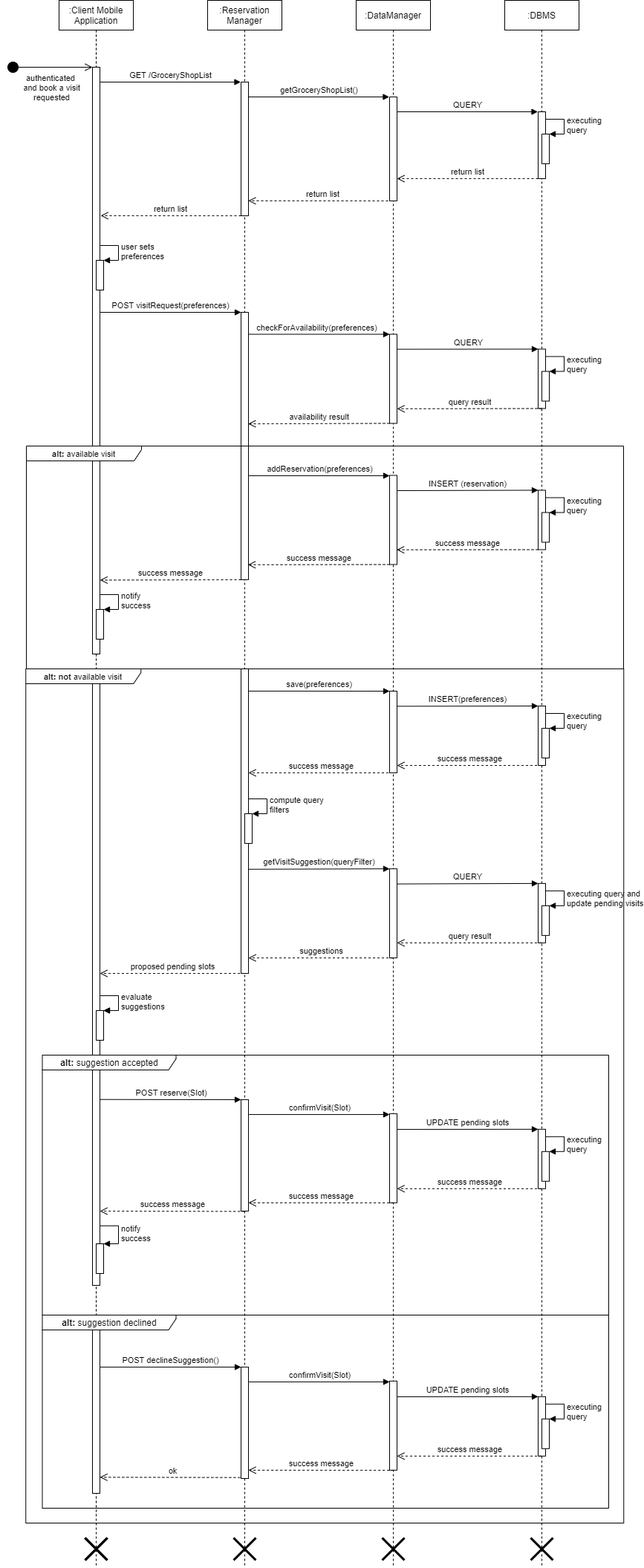
This is DD/Runtime view diagram/book visit mobile app.png from CosimoSguanci/SguanciSpataforaVergani-RASD-DD-ingsw2, a draw.io export, as it was before one commit. Source tidied: cells renumbered, new cells last; positions are measured from the earlier drawing's top-left corner, leaving out a move shared by most shapes.
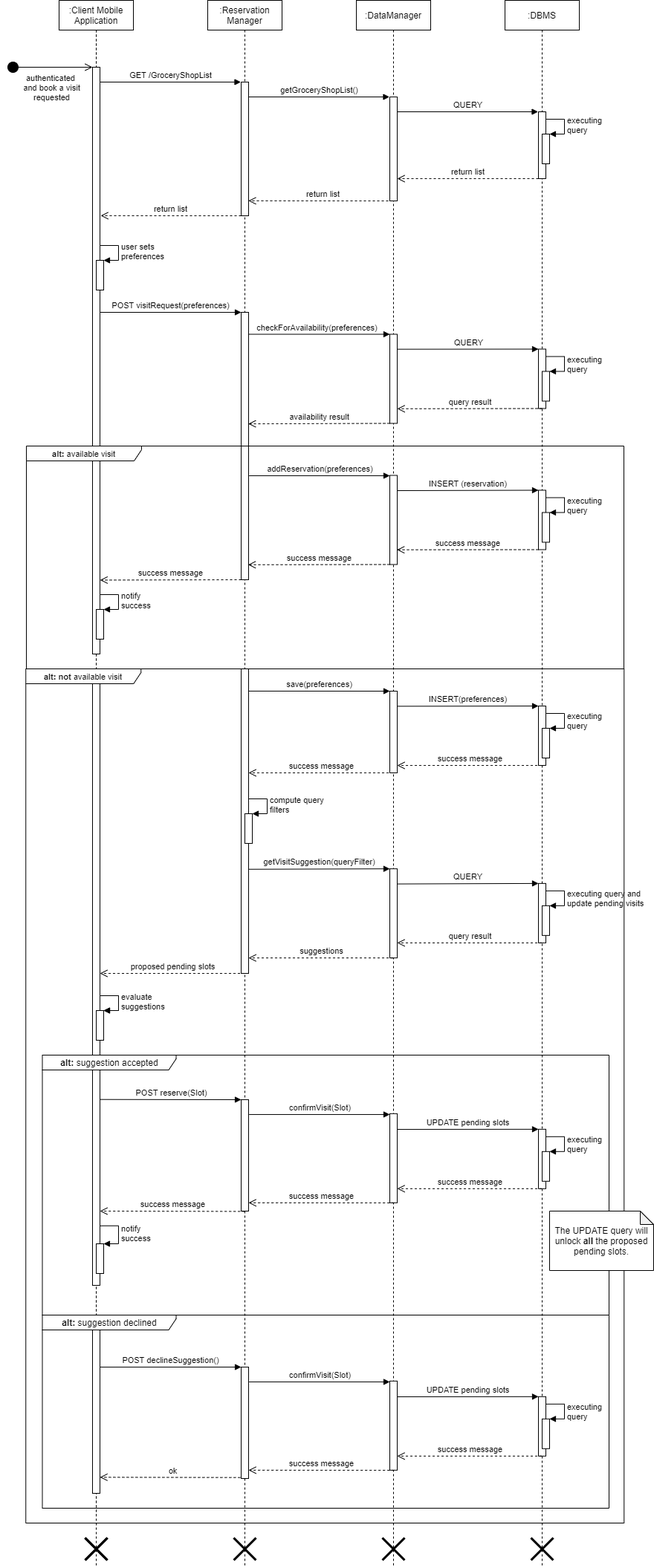
The same file after the commit.

Commit message:
update runtime view diagrams

Change to the diagram source:
```diff
@@ -450,5 +450,8 @@
     <mxCell id="102" value="&lt;font style=&quot;font-size: 11px&quot;&gt;&lt;b&gt;alt: not&amp;nbsp;&lt;/b&gt;available visit&lt;/font&gt;" style="shape=umlFrame;whiteSpace=wrap;html=1;width=155;height=20;" parent="1" vertex="1">
       <mxGeometry x="25.2" y="900" width="805" height="1150" as="geometry" />
     </mxCell>
+    <mxCell id="103" value="&lt;span&gt;The UPDATE query will unlock&amp;nbsp;&lt;/span&gt;&lt;b&gt;all&amp;nbsp;&lt;/b&gt;&lt;span&gt;the proposed pending slots.&lt;/span&gt;" style="shape=note;whiteSpace=wrap;html=1;backgroundOutline=1;darkOpacity=0.05;size=18;" parent="1" vertex="1">
+      <mxGeometry x="730" y="1630" width="140" height="80" as="geometry" />
+    </mxCell>
   </root>
 </mxGraphModel>
```
